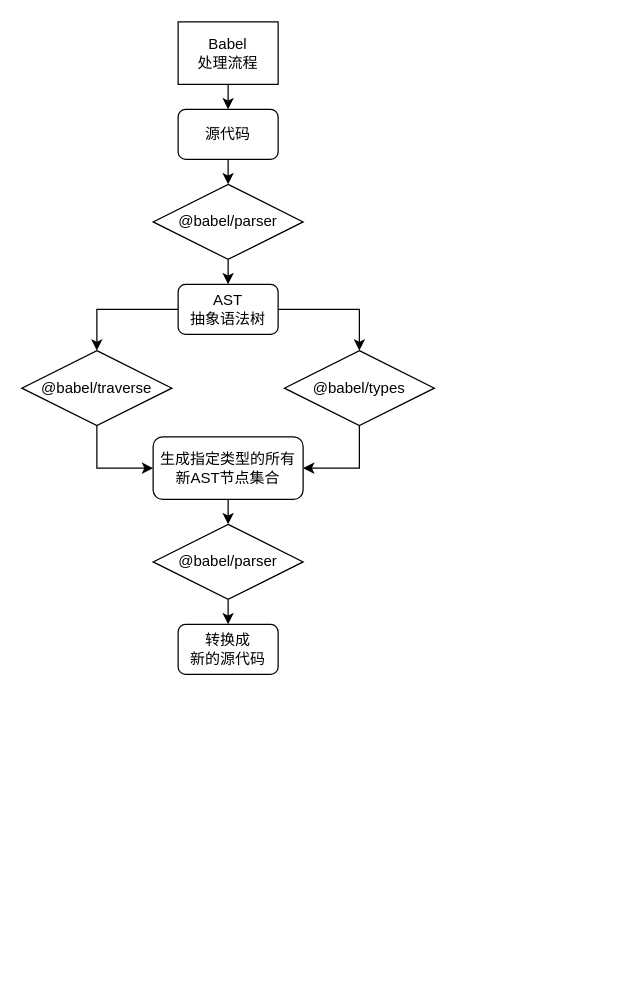
liu12fei08fei/draw-io keeps this draw.io diagram as auto-import.drawio. Above is the earlier version. Source tidied: cells renumbered, new cells numbered last; positions are measured from the earlier drawing's top-left corner, leaving out a move shared by most shapes. Both pictures are drawn from the tidied source at 125%, with x=0, y=0 at pixel (21, 21).
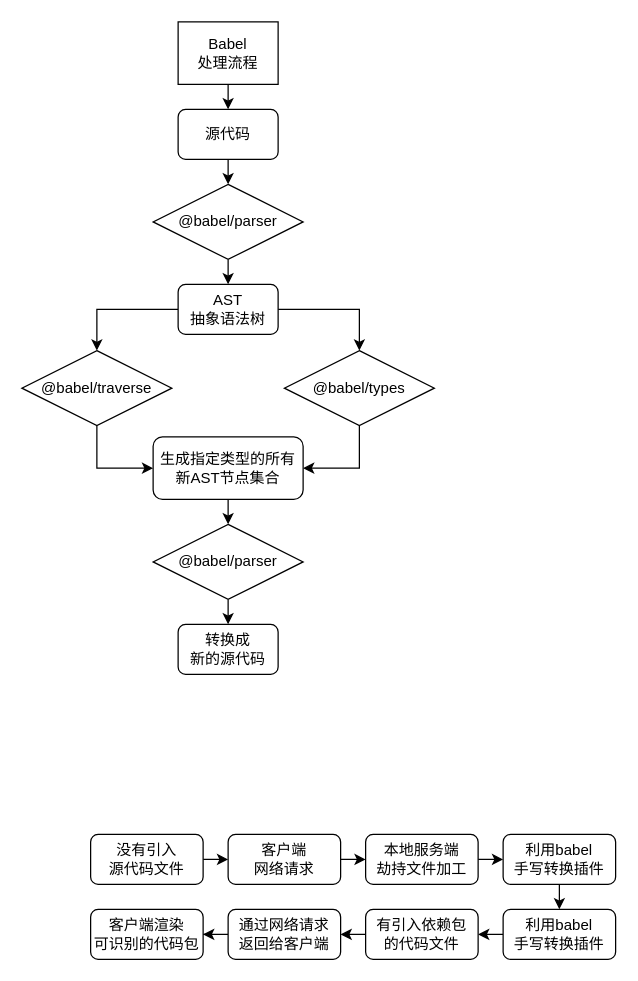
The same diagram, later.

Diff of the diagram source:
```diff
@@
+    <mxCell id="20" style="edgeStyle=orthogonalEdgeStyle;rounded=0;jettySize=auto;html=1;exitX=1;exitY=0.5;exitDx=0;exitDy=0;entryX=0;entryY=0.5;entryDx=0;entryDy=0;" parent="1" edge="1" source="21" target="23">
+      <mxGeometry relative="1" as="geometry" />
+    </mxCell>
+    <mxCell id="21" value="客户端&lt;br&gt;网络请求" style="rounded=1;whiteSpace=wrap;html=1;" parent="1" vertex="1">
+      <mxGeometry x="165" y="650" width="90" height="40" as="geometry" />
+    </mxCell>
+    <mxCell id="22" style="edgeStyle=orthogonalEdgeStyle;rounded=0;jettySize=auto;html=1;exitX=1;exitY=0.5;exitDx=0;exitDy=0;entryX=0;entryY=0.5;entryDx=0;entryDy=0;" parent="1" edge="1" source="23" target="25">
+      <mxGeometry relative="1" as="geometry" />
+    </mxCell>
+    <mxCell id="23" value="本地服务端&lt;br&gt;劫持文件加工" style="rounded=1;whiteSpace=wrap;html=1;" parent="1" vertex="1">
+      <mxGeometry x="275" y="650" width="90" height="40" as="geometry" />
+    </mxCell>
+    <mxCell id="24" style="edgeStyle=orthogonalEdgeStyle;rounded=0;jettySize=auto;html=1;exitX=0.5;exitY=1;exitDx=0;exitDy=0;entryX=0.5;entryY=0;entryDx=0;entryDy=0;" parent="1" edge="1" source="25" target="27">
+      <mxGeometry relative="1" as="geometry" />
+    </mxCell>
+    <mxCell id="25" value="利用babel&lt;br&gt;手写转换插件" style="rounded=1;whiteSpace=wrap;html=1;" parent="1" vertex="1">
+      <mxGeometry x="385" y="650" width="90" height="40" as="geometry" />
+    </mxCell>
+    <mxCell id="26" style="edgeStyle=orthogonalEdgeStyle;rounded=0;jettySize=auto;html=1;exitX=0;exitY=0.5;exitDx=0;exitDy=0;entryX=1;entryY=0.5;entryDx=0;entryDy=0;" parent="1" edge="1" source="27" target="31">
+      <mxGeometry relative="1" as="geometry" />
+    </mxCell>
+    <mxCell id="27" value="利用babel&lt;br&gt;手写转换插件" style="rounded=1;whiteSpace=wrap;html=1;" parent="1" vertex="1">
+      <mxGeometry x="385" y="710" width="90" height="40" as="geometry" />
+    </mxCell>
+    <mxCell id="28" style="edgeStyle=orthogonalEdgeStyle;rounded=0;jettySize=auto;html=1;exitX=1;exitY=0.5;exitDx=0;exitDy=0;entryX=0;entryY=0.5;entryDx=0;entryDy=0;" parent="1" edge="1" source="29" target="21">
+      <mxGeometry relative="1" as="geometry" />
+    </mxCell>
+    <mxCell id="29" value="没有引入&lt;br&gt;源代码文件" style="rounded=1;whiteSpace=wrap;html=1;" parent="1" vertex="1">
+      <mxGeometry x="55" y="650" width="90" height="40" as="geometry" />
+    </mxCell>
+    <mxCell id="30" style="edgeStyle=orthogonalEdgeStyle;rounded=0;jettySize=auto;html=1;exitX=0;exitY=0.5;exitDx=0;exitDy=0;entryX=1;entryY=0.5;entryDx=0;entryDy=0;" parent="1" edge="1" source="31" target="33">
+      <mxGeometry relative="1" as="geometry" />
+    </mxCell>
+    <mxCell id="31" value="有引入依赖包&lt;br&gt;的代码文件" style="rounded=1;whiteSpace=wrap;html=1;" parent="1" vertex="1">
+      <mxGeometry x="275" y="710" width="90" height="40" as="geometry" />
+    </mxCell>
+    <mxCell id="32" style="edgeStyle=orthogonalEdgeStyle;rounded=0;jettySize=auto;html=1;exitX=0;exitY=0.5;exitDx=0;exitDy=0;" parent="1" edge="1" source="33" target="34">
+      <mxGeometry relative="1" as="geometry" />
+    </mxCell>
+    <mxCell id="33" value="通过网络请求&lt;br&gt;返回给客户端" style="rounded=1;whiteSpace=wrap;html=1;" parent="1" vertex="1">
+      <mxGeometry x="165" y="710" width="90" height="40" as="geometry" />
+    </mxCell>
+    <mxCell id="34" value="客户端渲染&lt;br&gt;可识别的代码包" style="rounded=1;whiteSpace=wrap;html=1;" parent="1" vertex="1">
+      <mxGeometry x="55" y="710" width="90" height="40" as="geometry" />
+    </mxCell>
```
